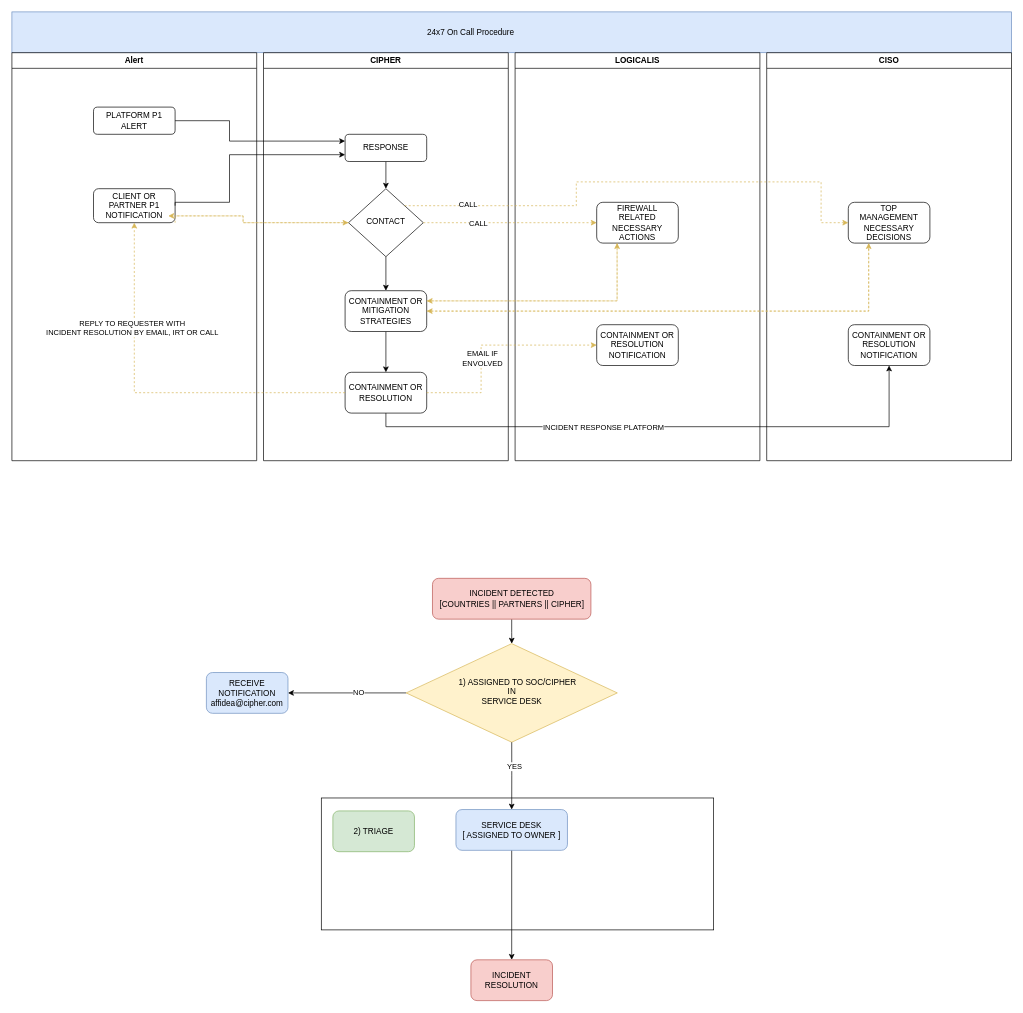
Before: Diagrama sem nome.drawio in SousinhaT/SousinhaT, a draw.io diagram. Source tidied: cells renumbered, new cells numbered last; positions are measured from the earlier drawing's top-left corner, leaving out a move shared by most shapes. Both pictures are drawn from the tidied source at 68%, with x=0, y=0 at pixel (12, 12).
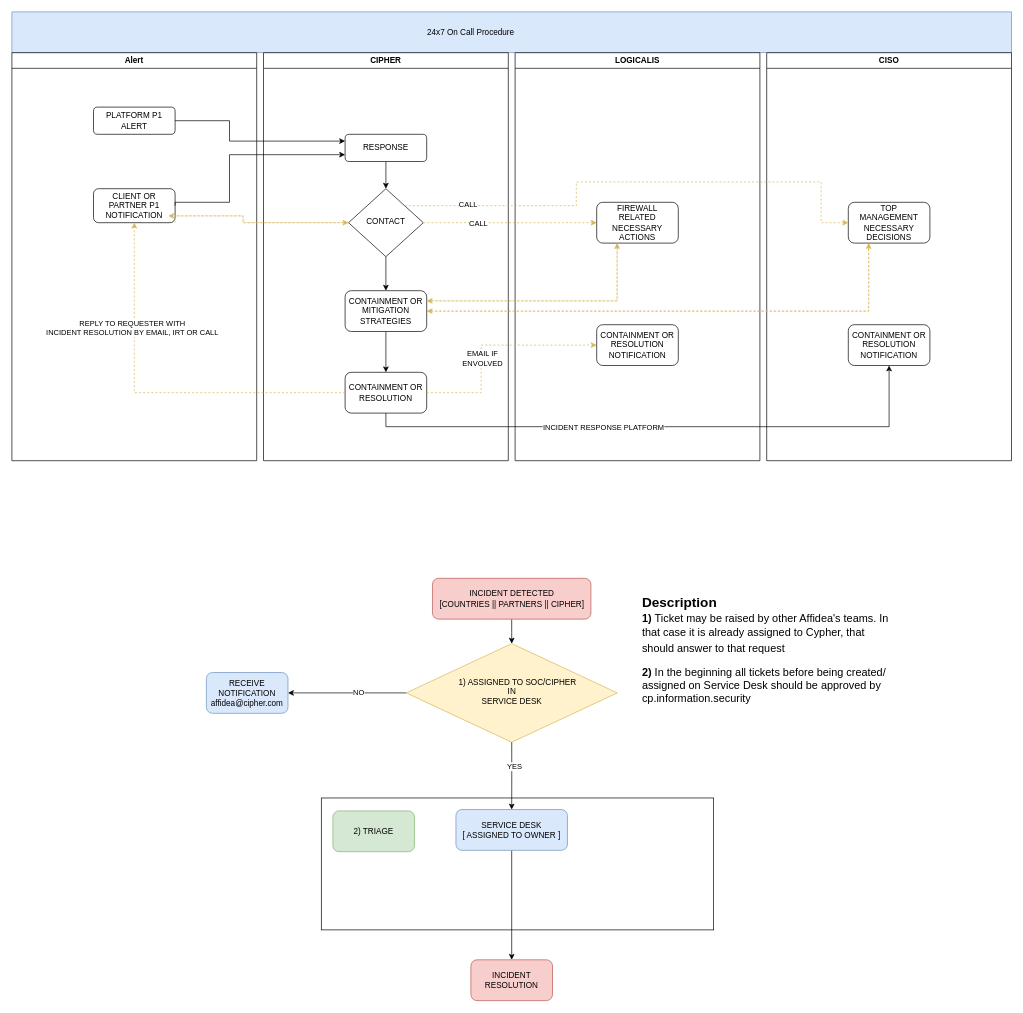
Above is the later version.

Change to the diagram source:
```diff
@@
+    <mxCell id="56" value="&lt;h1 style=&quot;line-height: 80%;&quot;&gt;&lt;font style=&quot;font-size: 20px;&quot;&gt;Description&lt;/font&gt;&lt;br&gt;&lt;span style=&quot;font-size: 16px;&quot;&gt;1) &lt;span style=&quot;font-weight: normal;&quot;&gt;Ticket may be raised by other Affidea's teams. In that case it is already assigned to Cypher, that should answer to that request&lt;/span&gt;&lt;/span&gt;&lt;/h1&gt;&lt;div&gt;&lt;span style=&quot;font-size: 16px;&quot;&gt;&lt;b&gt;2)&lt;/b&gt;&amp;nbsp;In the beginning all tickets before being created/ assigned on Service Desk should be approved by cp.information.security&lt;/span&gt;&lt;/div&gt;" style="text;html=1;strokeColor=none;fillColor=none;spacing=5;spacingTop=-20;whiteSpace=wrap;overflow=hidden;rounded=0;" parent="1" vertex="1">
+      <mxGeometry x="922" y="851.5" width="375" height="283.5" as="geometry" />
+    </mxCell>
```
